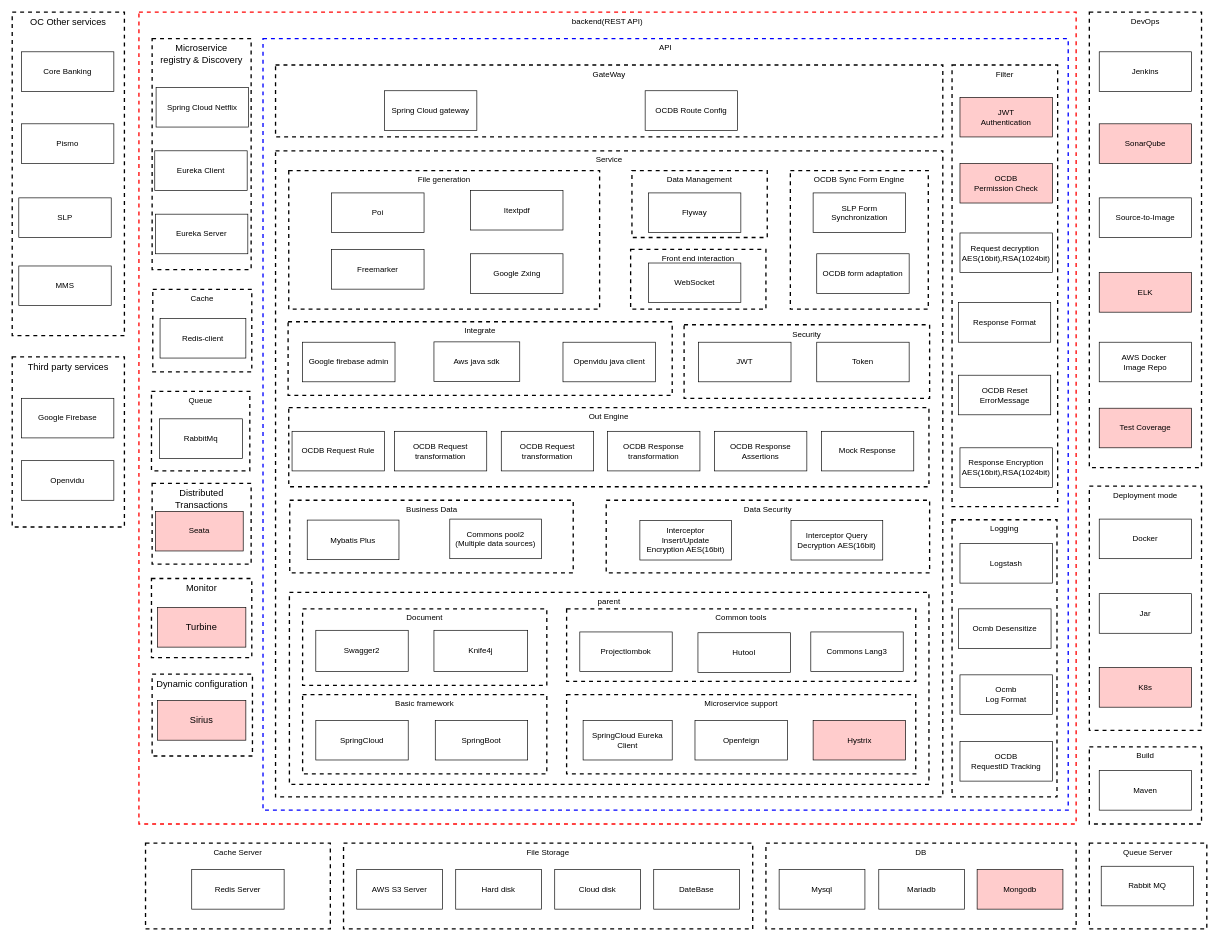
Before: user/ocmb-service-lib1.drawio in jiangwu85/cloud-config-samples, a draw.io diagram. Source tidied: cells renumbered, new cells numbered last; positions are measured from the earlier drawing's top-left corner, leaving out a move shared by most shapes. Both pictures are drawn from the tidied source at 66%, with x=0, y=0 at pixel (12, 12).
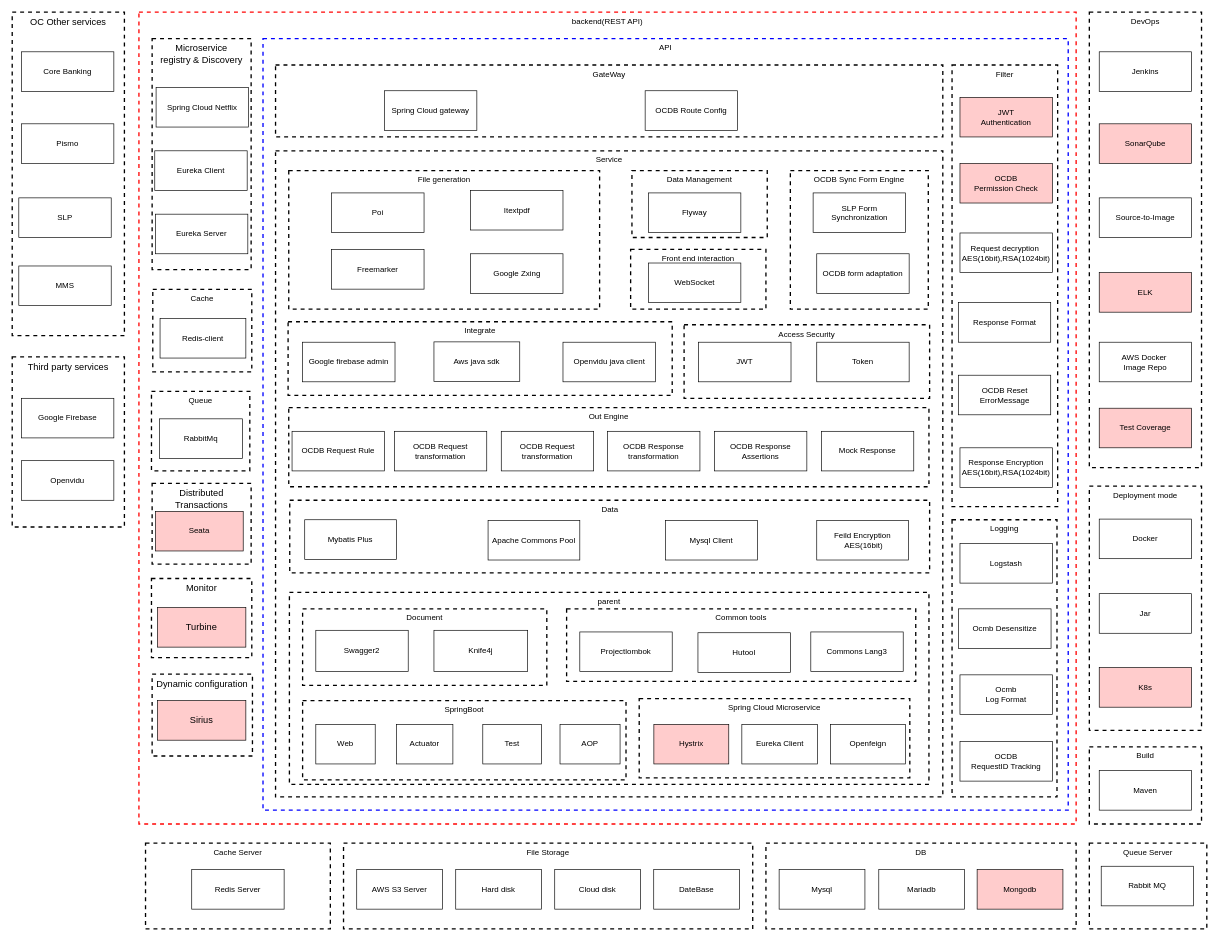
Above is the later version.

Diff of the diagram source:
```diff
@@
-    <mxCell id="2" value="&lt;div&gt;&lt;span style=&quot;font-size: 14px; font-weight: 400;&quot;&gt;Third party services&lt;/span&gt;&lt;/div&gt;" style="rounded=0;whiteSpace=wrap;html=1;dashed=1;strokeWidth=2;fillColor=none;verticalAlign=top;fontStyle=1;" parent="1" vertex="1">
-      <mxGeometry y="522.2" width="170" height="257.8" as="geometry" />
-    </mxCell>
@@
+    <mxCell id="6" value="&lt;span style=&quot;font-weight: 400;&quot;&gt;Service&lt;/span&gt;" style="rounded=0;whiteSpace=wrap;html=1;dashed=1;strokeWidth=2;fillColor=none;verticalAlign=top;fontStyle=1;" parent="1" vertex="1">
+      <mxGeometry x="399" y="210" width="1011" height="979" as="geometry" />
+    </mxCell>
+    <mxCell id="60" value="&lt;span style=&quot;font-weight: 400;&quot;&gt;parent&lt;/span&gt;" style="rounded=0;whiteSpace=wrap;html=1;dashed=1;strokeWidth=2;fillColor=none;verticalAlign=top;fontStyle=1;" parent="1" vertex="1">
+      <mxGeometry x="420" y="879" width="969" height="291" as="geometry" />
+    </mxCell>
+    <mxCell id="115" value="&lt;span style=&quot;font-weight: 400;&quot;&gt;SpringBoot&lt;/span&gt;" style="rounded=0;whiteSpace=wrap;html=1;dashed=1;strokeWidth=2;fillColor=none;verticalAlign=top;fontStyle=1;" parent="1" vertex="1">
+      <mxGeometry x="440" y="1043" width="490" height="120" as="geometry" />
+    </mxCell>
+    <mxCell id="2" value="&lt;div&gt;&lt;span style=&quot;font-size: 14px; font-weight: 400;&quot;&gt;Third party services&lt;/span&gt;&lt;/div&gt;" style="rounded=0;whiteSpace=wrap;html=1;dashed=1;strokeWidth=2;fillColor=none;verticalAlign=top;fontStyle=1;" parent="1" vertex="1">
+      <mxGeometry y="522.2" width="170" height="257.8" as="geometry" />
+    </mxCell>
@@
-    <mxCell id="6" value="&lt;span style=&quot;font-weight: 400;&quot;&gt;Service&lt;/span&gt;" style="rounded=0;whiteSpace=wrap;html=1;dashed=1;strokeWidth=2;fillColor=none;verticalAlign=top;fontStyle=1;" parent="1" vertex="1">
-      <mxGeometry x="399" y="210" width="1011" height="979" as="geometry" />
-    </mxCell>
@@
-    <mxCell id="17" value="&lt;span style=&quot;font-weight: 400;&quot;&gt;Business Data&lt;/span&gt;" style="rounded=0;whiteSpace=wrap;html=1;dashed=1;strokeWidth=2;fillColor=none;verticalAlign=top;fontStyle=1;" parent="1" vertex="1">
-      <mxGeometry x="420.5" y="739.5" width="429.5" height="110" as="geometry" />
+    <mxCell id="17" value="&lt;span style=&quot;font-weight: 400;&quot;&gt;Data&lt;/span&gt;" style="rounded=0;whiteSpace=wrap;html=1;dashed=1;strokeWidth=2;fillColor=none;verticalAlign=top;fontStyle=1;" parent="1" vertex="1">
+      <mxGeometry x="420.5" y="739.5" width="969.5" height="110" as="geometry" />
     </mxCell>
@@
-    <mxCell id="33" value="Commons pool2&lt;br&gt;(Multiple data sources)" style="rounded=0;whiteSpace=wrap;html=1;fontColor=#000000;fillColor=none;" parent="1" vertex="1">
-      <mxGeometry x="663" y="768" width="139" height="60" as="geometry" />
+    <mxCell id="33" value="Apache Commons Pool" style="rounded=0;whiteSpace=wrap;html=1;fontColor=#000000;fillColor=none;" parent="1" vertex="1">
+      <mxGeometry x="721" y="770" width="139" height="60" as="geometry" />
     </mxCell>
     <mxCell id="34" value="Mybatis Plus" style="rounded=0;whiteSpace=wrap;html=1;fontColor=#000000;fillColor=none;" parent="1" vertex="1">
-      <mxGeometry x="447" y="769.5" width="139" height="60" as="geometry" />
+      <mxGeometry x="443.2" y="769" width="139" height="60" as="geometry" />
     </mxCell>
@@
-    <mxCell id="60" value="&lt;span style=&quot;font-weight: 400;&quot;&gt;parent&lt;/span&gt;" style="rounded=0;whiteSpace=wrap;html=1;dashed=1;strokeWidth=2;fillColor=none;verticalAlign=top;fontStyle=1;" parent="1" vertex="1">
-      <mxGeometry x="420" y="879" width="969" height="291" as="geometry" />
-    </mxCell>
-    <mxCell id="61" value="&lt;span style=&quot;font-weight: normal;&quot;&gt;Basic framework&lt;/span&gt;" style="rounded=0;whiteSpace=wrap;html=1;dashed=1;strokeWidth=2;fillColor=none;verticalAlign=top;fontStyle=1;" parent="1" vertex="1">
-      <mxGeometry x="440" y="1034" width="370" height="120" as="geometry" />
-    </mxCell>
-    <mxCell id="62" value="SpringCloud" style="rounded=0;whiteSpace=wrap;html=1;fontColor=#000000;fillColor=none;" parent="1" vertex="1">
-      <mxGeometry x="460" y="1073" width="140" height="60" as="geometry" />
-    </mxCell>
-    <mxCell id="63" value="SpringBoot" style="rounded=0;whiteSpace=wrap;html=1;fontColor=#000000;fillColor=none;" parent="1" vertex="1">
-      <mxGeometry x="641" y="1073" width="140" height="60" as="geometry" />
+    <mxCell id="63" value="Web" style="rounded=0;whiteSpace=wrap;html=1;fontColor=#000000;fillColor=none;" parent="1" vertex="1">
+      <mxGeometry x="460" y="1079" width="90" height="60" as="geometry" />
     </mxCell>
@@
-    <mxCell id="72" value="&lt;span style=&quot;font-weight: 400;&quot;&gt;Microservice support&lt;/span&gt;" style="rounded=0;whiteSpace=wrap;html=1;dashed=1;strokeWidth=2;fillColor=none;verticalAlign=top;fontStyle=1;" parent="1" vertex="1">
-      <mxGeometry x="840" y="1034" width="529" height="120" as="geometry" />
+    <mxCell id="72" value="&lt;span style=&quot;font-weight: 400;&quot;&gt;Spring Cloud&amp;nbsp;&lt;/span&gt;&lt;span style=&quot;font-weight: 400;&quot;&gt;Microservice&lt;/span&gt;" style="rounded=0;whiteSpace=wrap;html=1;dashed=1;strokeWidth=2;fillColor=none;verticalAlign=top;fontStyle=1;" parent="1" vertex="1">
+      <mxGeometry x="950" y="1040" width="410" height="120" as="geometry" />
     </mxCell>
-    <mxCell id="73" value="SpringCloud Eureka Client" style="rounded=0;whiteSpace=wrap;html=1;fontColor=#000000;fillColor=none;" parent="1" vertex="1">
-      <mxGeometry x="865" y="1073" width="135" height="60" as="geometry" />
+    <mxCell id="73" value="Eureka Client" style="rounded=0;whiteSpace=wrap;html=1;fontColor=#000000;fillColor=none;" parent="1" vertex="1">
+      <mxGeometry x="1105.5" y="1079" width="114.5" height="60" as="geometry" />
     </mxCell>
@@
     <mxCell id="93" value="Openfeign" style="rounded=0;whiteSpace=wrap;html=1;fontColor=#000000;fillColor=none;" parent="1" vertex="1">
-      <mxGeometry x="1034.5" y="1073" width="140" height="60" as="geometry" />
+      <mxGeometry x="1240" y="1079" width="113.5" height="60" as="geometry" />
     </mxCell>
     <mxCell id="94" value="Hystrix" style="rounded=0;whiteSpace=wrap;html=1;fontColor=#000000;fillColor=#FFCCCC;strokeColor=default;" parent="1" vertex="1">
-      <mxGeometry x="1213.5" y="1073" width="140" height="60" as="geometry" />
+      <mxGeometry x="972.2" y="1079" width="113.5" height="60" as="geometry" />
     </mxCell>
-    <mxCell id="95" value="&lt;span style=&quot;font-weight: 400;&quot;&gt;Data Security&lt;/span&gt;" style="rounded=0;whiteSpace=wrap;html=1;dashed=1;strokeWidth=2;fillColor=none;verticalAlign=top;fontStyle=1;" parent="1" vertex="1">
-      <mxGeometry x="900" y="739.5" width="490" height="110" as="geometry" />
-    </mxCell>
-    <mxCell id="96" value="&lt;div&gt;Interceptor&lt;/div&gt;&lt;div&gt;Insert/Update Encryption&amp;nbsp;&lt;span style=&quot;background-color: initial;&quot;&gt;AES(16bit)&lt;/span&gt;&lt;/div&gt;" style="rounded=0;whiteSpace=wrap;html=1;fontColor=#000000;fillColor=none;" parent="1" vertex="1">
-      <mxGeometry x="951" y="770" width="139" height="60" as="geometry" />
+    <mxCell id="96" value="&lt;div&gt;&lt;span style=&quot;background-color: initial;&quot;&gt;Feild Encryption&lt;/span&gt;&lt;/div&gt;&lt;div&gt;&lt;span style=&quot;background-color: initial;&quot;&gt;&amp;nbsp;&lt;/span&gt;&lt;span style=&quot;background-color: initial;&quot;&gt;AES(16bit)&lt;/span&gt;&lt;br&gt;&lt;/div&gt;" style="rounded=0;whiteSpace=wrap;html=1;fontColor=#000000;fillColor=none;" parent="1" vertex="1">
+      <mxGeometry x="1219" y="770" width="139" height="60" as="geometry" />
     </mxCell>
-    <mxCell id="97" value="&lt;div&gt;Interceptor&amp;nbsp;&lt;span style=&quot;background-color: initial;&quot;&gt;Query Decryption&amp;nbsp;&lt;/span&gt;&lt;span style=&quot;background-color: initial;&quot;&gt;AES(16bit)&lt;/span&gt;&lt;/div&gt;" style="rounded=0;whiteSpace=wrap;html=1;fontColor=#000000;fillColor=none;" parent="1" vertex="1">
-      <mxGeometry x="1180" y="770" width="139" height="60" as="geometry" />
-    </mxCell>
@@
-    <mxCell id="112" value="&lt;span style=&quot;font-weight: 400;&quot;&gt;Security&lt;/span&gt;" style="rounded=0;whiteSpace=wrap;html=1;dashed=1;strokeWidth=2;fillColor=none;verticalAlign=top;fontStyle=1;" parent="1" vertex="1">
+    <mxCell id="112" value="&lt;span style=&quot;font-weight: 400;&quot;&gt;Access Security&lt;/span&gt;" style="rounded=0;whiteSpace=wrap;html=1;dashed=1;strokeWidth=2;fillColor=none;verticalAlign=top;fontStyle=1;" parent="1" vertex="1">
       <mxGeometry x="1018" y="473.5" width="372" height="111.5" as="geometry" />
     </mxCell>
@@
+    <mxCell id="116" value="Actuator" style="rounded=0;whiteSpace=wrap;html=1;fontColor=#000000;fillColor=none;" parent="1" vertex="1">
+      <mxGeometry x="582.2" y="1079" width="85.5" height="60" as="geometry" />
+    </mxCell>
+    <mxCell id="117" value="AOP" style="rounded=0;whiteSpace=wrap;html=1;fontColor=#000000;fillColor=none;" parent="1" vertex="1">
+      <mxGeometry x="830" y="1079" width="91" height="60" as="geometry" />
+    </mxCell>
+    <mxCell id="118" value="Test" style="rounded=0;whiteSpace=wrap;html=1;fontColor=#000000;fillColor=none;" parent="1" vertex="1">
+      <mxGeometry x="713" y="1079" width="89" height="60" as="geometry" />
+    </mxCell>
+    <mxCell id="119" value="Mysql Client" style="rounded=0;whiteSpace=wrap;html=1;fontColor=#000000;fillColor=none;" parent="1" vertex="1">
+      <mxGeometry x="990" y="770" width="139" height="60" as="geometry" />
+    </mxCell>
```
